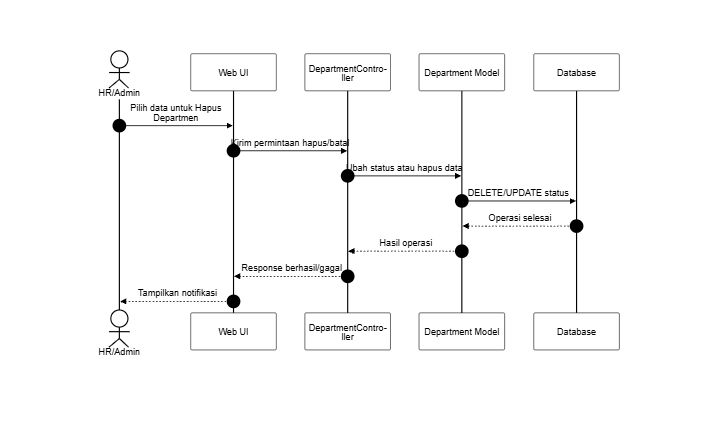
Before: docs/SequenceDiagram/PNG_Transparent/MasterDataDepartmen-HapusDepartmen.png, a diagram exported from Mermaid (SulaimanHafi23/SimpegRSHDI). Its source is kept beside it as docs/SequenceDiagram/MasterDataDepartmen-HapusDepartmen.mermaid. Its diagram source:
```mermaid
%%{init: {"theme": "base", "themeVariables": {"background": "#dddddd", "primaryColor": "#ffffff", "primaryBorderColor": "#000000", "primaryTextColor": "#000000", "lineColor": "#000000", "textColor": "#000000", "actorBkg": "#ffffff", "actorBorder": "#000000", "actorTextColor": "#000000", "activationBkgColor": "#ffffff", "activationBorderColor": "#000000", "signalColor": "#000000", "signalTextColor": "#000000", "labelBoxBkgColor": "#ffffff", "labelBoxBorderColor": "#000000", "labelTextColor": "#000000", "sequenceNumberColor": "#000000", "noteBkgColor": "#ffffff", "noteBorderColor": "#000000", "noteTextColor": "#000000"}, "sequence": {"useMaxWidth": true, "wrap": true, "messageFontSize": 12, "noteFontSize": 12}}}%%
sequenceDiagram
    autonumber
    actor A as HR/Admin
    participant UI as Web UI
    participant C as DepartmentController
    participant M as Department Model
    participant DB as Database

    A->>UI: Pilih data untuk Hapus Departmen
    UI->>C: Kirim permintaan hapus/batal
    C->>M: Ubah status atau hapus data
    M->>DB: DELETE/UPDATE status
    DB-->>M: Operasi selesai
    M-->>C: Hasil operasi
    C-->>UI: Response berhasil/gagal
    UI-->>A: Tampilkan notifikasi
```
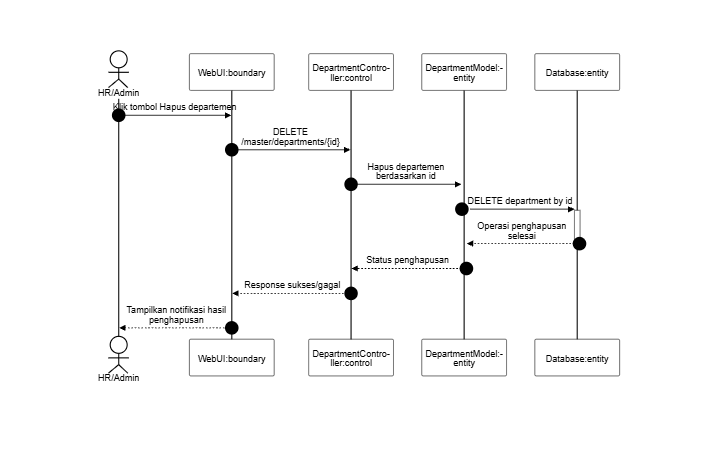
After the commit.

Diff of the diagram source:
```diff
@@ -2,16 +2,16 @@
 sequenceDiagram
     autonumber
     actor A as HR/Admin
-    participant UI as Web UI
-    participant C as DepartmentController
-    participant M as Department Model
-    participant DB as Database
+    participant UI as Web UI :boundary
+    participant C as DepartmentController :control
+    participant M as Department Model :entity
+    participant DB as Database :entity
 
-    A->>UI: Pilih data untuk Hapus Departmen
-    UI->>C: Kirim permintaan hapus/batal
-    C->>M: Ubah status atau hapus data
-    M->>DB: DELETE/UPDATE status
-    DB-->>M: Operasi selesai
-    M-->>C: Hasil operasi
-    C-->>UI: Response berhasil/gagal
-    UI-->>A: Tampilkan notifikasi
+    A->>+UI: Pilih data untuk Hapus Departmen
+    UI->>+C: Kirim permintaan hapus/batal
+    C->>+M: Ubah status atau hapus data
+    M->>+DB: DELETE/UPDATE status
+    DB-->>-M: Operasi selesai
+    M-->>-C: Hasil operasi
+    C-->>-UI: Response berhasil/gagal
+    UI-->>-A: Tampilkan notifikasi
```
